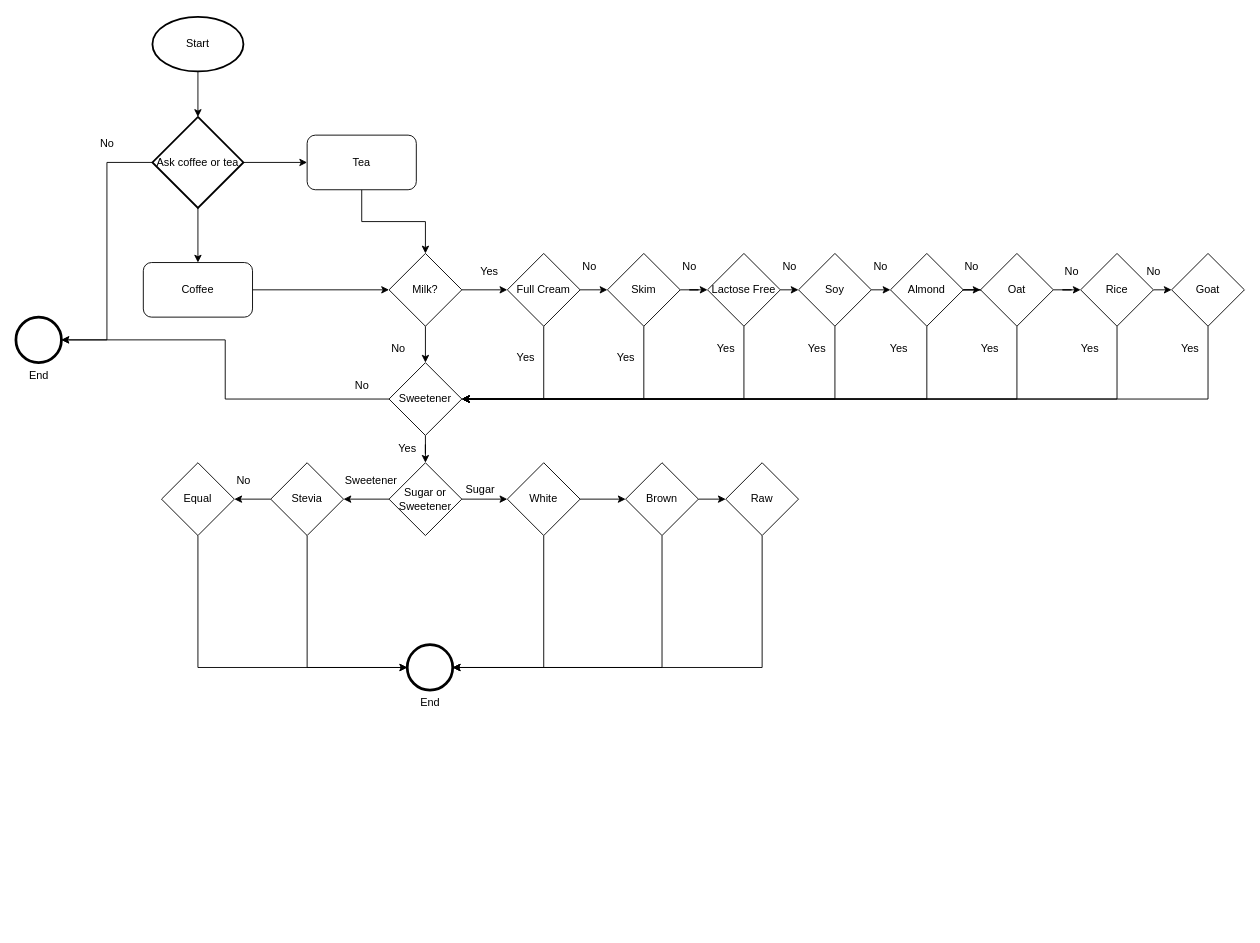
Above: CoffeTeaAlgo.drawio in Mherstik/Automation-Grp2 (draw.io), before the change. Source tidied: cells renumbered, new cells numbered last; positions are measured from the earlier drawing's top-left corner, leaving out a move shared by most shapes. Both pictures are drawn from the tidied source at 91%, with x=0, y=0 at pixel (15, 16).
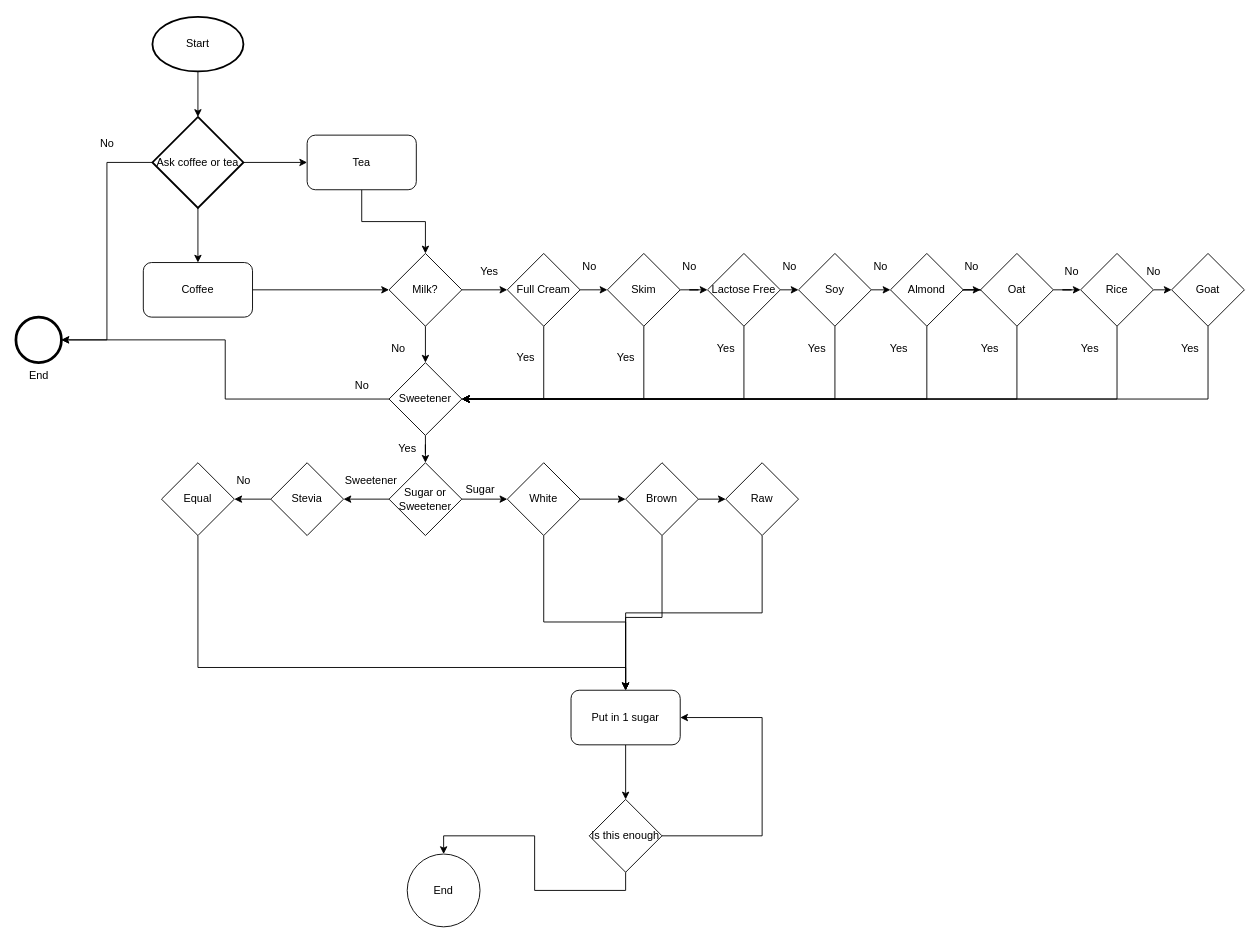
After the change.

The change refers to these unchanged cells:
```xml
<mxCell id="62" value="Raw" style="rhombus;whiteSpace=wrap;html=1;" parent="1" vertex="1">
  <mxGeometry x="780" y="490" width="80" height="80" as="geometry" />
</mxCell>
<mxCell id="65" value="White" style="rhombus;whiteSpace=wrap;html=1;" parent="1" vertex="1">
  <mxGeometry x="540" y="490" width="80" height="80" as="geometry" />
</mxCell>
<mxCell id="68" value="Brown" style="rhombus;whiteSpace=wrap;html=1;" parent="1" vertex="1">
  <mxGeometry x="670" y="490" width="80" height="80" as="geometry" />
</mxCell>
<mxCell id="70" value="Equal" style="rhombus;whiteSpace=wrap;html=1;" parent="1" vertex="1">
  <mxGeometry x="160" y="490" width="80" height="80" as="geometry" />
</mxCell>
<mxCell id="73" value="Stevia" style="rhombus;whiteSpace=wrap;html=1;" parent="1" vertex="1">
  <mxGeometry x="280" y="490" width="80" height="80" as="geometry" />
</mxCell>
```

Change to the diagram source:
```diff
@@
-    <mxCell id="61" style="edgeStyle=orthogonalEdgeStyle;rounded=0;jettySize=auto;html=1;exitX=0.5;exitY=1;exitDx=0;exitDy=0;entryX=1;entryY=0.5;entryDx=0;entryDy=0;entryPerimeter=0;" parent="1" edge="1" source="62" target="79">
+    <mxCell id="61" style="edgeStyle=orthogonalEdgeStyle;rounded=0;jettySize=auto;html=1;exitX=0.5;exitY=1;exitDx=0;exitDy=0;entryX=0.5;entryY=0;entryDx=0;entryDy=0;" parent="1" edge="1" source="62" target="86">
       <mxGeometry relative="1" as="geometry" />
     </mxCell>
@@
-    <mxCell id="64" style="edgeStyle=orthogonalEdgeStyle;rounded=0;jettySize=auto;html=1;exitX=0.5;exitY=1;exitDx=0;exitDy=0;entryX=1;entryY=0.5;entryDx=0;entryDy=0;entryPerimeter=0;" parent="1" edge="1" source="65" target="79">
-      <mxGeometry relative="1" as="geometry" />
+    <mxCell id="64" style="edgeStyle=orthogonalEdgeStyle;rounded=0;jettySize=auto;html=1;exitX=0.5;exitY=1;exitDx=0;exitDy=0;entryX=0.5;entryY=0;entryDx=0;entryDy=0;" parent="1" edge="1" source="65" target="86">
+      <mxGeometry relative="1" as="geometry">
+        <Array as="points">
+          <mxPoint x="580" y="665" />
+          <mxPoint x="670" y="665" />
+        </Array>
+      </mxGeometry>
     </mxCell>
@@
-    <mxCell id="67" style="edgeStyle=orthogonalEdgeStyle;rounded=0;jettySize=auto;html=1;exitX=0.5;exitY=1;exitDx=0;exitDy=0;entryX=1;entryY=0.5;entryDx=0;entryDy=0;entryPerimeter=0;" parent="1" edge="1" source="68" target="79">
+    <mxCell id="67" style="edgeStyle=orthogonalEdgeStyle;rounded=0;jettySize=auto;html=1;exitX=0.5;exitY=1;exitDx=0;exitDy=0;entryX=0.5;entryY=0;entryDx=0;entryDy=0;" parent="1" edge="1" source="68" target="86">
       <mxGeometry relative="1" as="geometry">
         <Array as="points">
-          <mxPoint x="710" y="715" />
+          <mxPoint x="710" y="660" />
+          <mxPoint x="670" y="660" />
         </Array>
       </mxGeometry>
     </mxCell>
@@
-    <mxCell id="69" style="edgeStyle=orthogonalEdgeStyle;rounded=0;jettySize=auto;html=1;entryX=0;entryY=0.5;entryDx=0;entryDy=0;entryPerimeter=0;" parent="1" edge="1" source="70" target="79">
+    <mxCell id="69" style="edgeStyle=orthogonalEdgeStyle;rounded=0;jettySize=auto;html=1;entryX=0.5;entryY=0;entryDx=0;entryDy=0;" parent="1" edge="1" source="70" target="86">
       <mxGeometry relative="1" as="geometry">
         <Array as="points">
           <mxPoint x="200" y="715" />
+          <mxPoint x="670" y="715" />
         </Array>
       </mxGeometry>
     </mxCell>
@@
-    <mxCell id="72" style="edgeStyle=orthogonalEdgeStyle;rounded=0;jettySize=auto;html=1;entryX=0;entryY=0.5;entryDx=0;entryDy=0;entryPerimeter=0;" parent="1" edge="1" source="73" target="79">
-      <mxGeometry relative="1" as="geometry">
-        <Array as="points">
-          <mxPoint x="320" y="715" />
-        </Array>
-      </mxGeometry>
-    </mxCell>
@@
-    <mxCell id="79" value="End" style="points=[[0.145,0.145,0],[0.5,0,0],[0.855,0.145,0],[1,0.5,0],[0.855,0.855,0],[0.5,1,0],[0.145,0.855,0],[0,0.5,0]];shape=mxgraph.bpmn.event;html=1;verticalLabelPosition=bottom;labelBackgroundColor=#ffffff;verticalAlign=top;align=center;perimeter=ellipsePerimeter;outlineConnect=0;outline=end;symbol=terminate2;" parent="1" vertex="1">
-      <mxGeometry x="430" y="690" width="50" height="50" as="geometry" />
-    </mxCell>
@@
+    <mxCell id="82" style="edgeStyle=orthogonalEdgeStyle;rounded=0;jettySize=auto;html=1;exitX=0.5;exitY=1;exitDx=0;exitDy=0;entryX=0.5;entryY=0;entryDx=0;entryDy=0;" parent="1" edge="1" source="84" target="79">
+      <mxGeometry relative="1" as="geometry" />
+    </mxCell>
+    <mxCell id="83" style="edgeStyle=orthogonalEdgeStyle;rounded=0;jettySize=auto;html=1;exitX=1;exitY=0.5;exitDx=0;exitDy=0;entryX=1;entryY=0.5;entryDx=0;entryDy=0;" parent="1" edge="1" source="84" target="86">
+      <mxGeometry relative="1" as="geometry">
+        <Array as="points">
+          <mxPoint x="820" y="900" />
+          <mxPoint x="820" y="770" />
+        </Array>
+      </mxGeometry>
+    </mxCell>
+    <mxCell id="84" value="Is this enough" style="rhombus;whiteSpace=wrap;html=1;" parent="1" vertex="1">
+      <mxGeometry x="630" y="860" width="80" height="80" as="geometry" />
+    </mxCell>
+    <mxCell id="85" style="edgeStyle=orthogonalEdgeStyle;rounded=0;jettySize=auto;html=1;" parent="1" edge="1" source="86" target="84">
+      <mxGeometry relative="1" as="geometry" />
+    </mxCell>
+    <mxCell id="86" value="Put in 1 sugar" style="rounded=1;whiteSpace=wrap;html=1;" parent="1" vertex="1">
+      <mxGeometry x="610" y="740" width="120" height="60" as="geometry" />
+    </mxCell>
+    <mxCell id="79" value="End" style="ellipse;whiteSpace=wrap;html=1;" parent="1" vertex="1">
+      <mxGeometry x="430" y="920" width="80" height="80" as="geometry" />
+    </mxCell>
```
